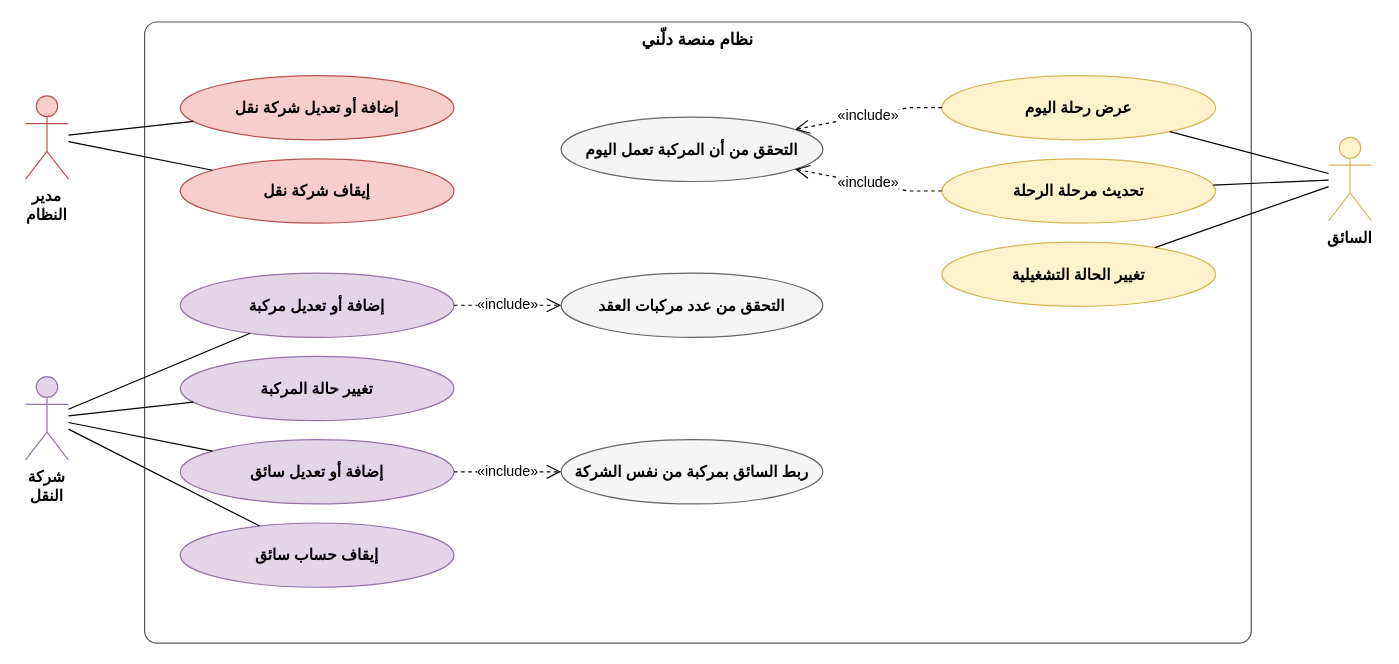
Before: مخططات_التحليل_drawio/uc08_transport.drawio in masara-prog/Delni-project, a draw.io diagram. Source tidied: cells renumbered, new cells numbered last; positions are measured from the earlier drawing's top-left corner, leaving out a move shared by most shapes. Both pictures are drawn from the tidied source at 119%, with x=0, y=0 at pixel (25, 21).
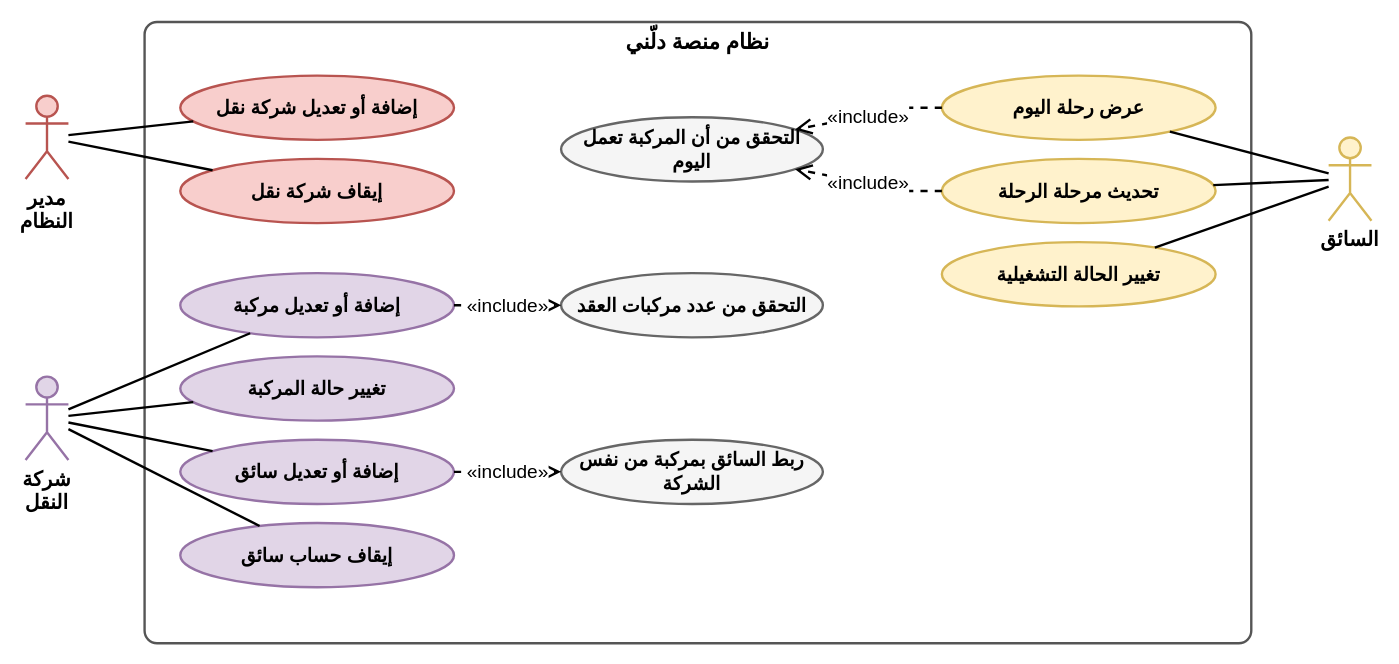
Above is the later version.

The edit, as a diff of the source:
```diff
@@
-    <mxCell id="2" value="إضافة أو تعديل شركة نقل" style="ellipse;html=1;whiteSpace=wrap;fontFamily=Arial;fontSize=13;fontStyle=1;fillColor=#f8cecc;strokeColor=#b85450;" parent="1" vertex="1">
+    <mxCell id="2" value="إضافة أو تعديل شركة نقل" style="ellipse;html=1;whiteSpace=wrap;fontFamily=Arial;fontSize=16;fontStyle=1;fillColor=#f8cecc;strokeColor=#b85450;strokeWidth=2;" parent="1" vertex="1">
       <mxGeometry x="130" y="45" width="230" height="54" as="geometry" />
     </mxCell>
-    <mxCell id="3" value="إيقاف شركة نقل" style="ellipse;html=1;whiteSpace=wrap;fontFamily=Arial;fontSize=13;fontStyle=1;fillColor=#f8cecc;strokeColor=#b85450;" parent="1" vertex="1">
+    <mxCell id="3" value="إيقاف شركة نقل" style="ellipse;html=1;whiteSpace=wrap;fontFamily=Arial;fontSize=16;fontStyle=1;fillColor=#f8cecc;strokeColor=#b85450;strokeWidth=2;" parent="1" vertex="1">
       <mxGeometry x="130" y="115" width="230" height="54" as="geometry" />
     </mxCell>
-    <mxCell id="4" value="مدير النظام" style="shape=umlActor;verticalLabelPosition=bottom;verticalAlign=top;html=1;whiteSpace=wrap;fontFamily=Arial;fontSize=13;fontStyle=1;fillColor=#f8cecc;strokeColor=#b85450;" parent="1" vertex="1">
+    <mxCell id="4" value="مدير النظام" style="shape=umlActor;verticalLabelPosition=bottom;verticalAlign=top;html=1;whiteSpace=wrap;fontFamily=Arial;fontSize=17;fontStyle=1;fillColor=#f8cecc;strokeColor=#b85450;strokeWidth=2;" parent="1" vertex="1">
       <mxGeometry y="62" width="36" height="70" as="geometry" />
     </mxCell>
-    <mxCell id="5" value="إضافة أو تعديل مركبة" style="ellipse;html=1;whiteSpace=wrap;fontFamily=Arial;fontSize=13;fontStyle=1;fillColor=#e1d5e7;strokeColor=#9673a6;" parent="1" vertex="1">
+    <mxCell id="5" value="إضافة أو تعديل مركبة" style="ellipse;html=1;whiteSpace=wrap;fontFamily=Arial;fontSize=16;fontStyle=1;fillColor=#e1d5e7;strokeColor=#9673a6;strokeWidth=2;" parent="1" vertex="1">
       <mxGeometry x="130" y="211" width="230" height="54" as="geometry" />
     </mxCell>
-    <mxCell id="6" value="تغيير حالة المركبة" style="ellipse;html=1;whiteSpace=wrap;fontFamily=Arial;fontSize=13;fontStyle=1;fillColor=#e1d5e7;strokeColor=#9673a6;" parent="1" vertex="1">
+    <mxCell id="6" value="تغيير حالة المركبة" style="ellipse;html=1;whiteSpace=wrap;fontFamily=Arial;fontSize=16;fontStyle=1;fillColor=#e1d5e7;strokeColor=#9673a6;strokeWidth=2;" parent="1" vertex="1">
       <mxGeometry x="130" y="281" width="230" height="54" as="geometry" />
     </mxCell>
-    <mxCell id="7" value="إضافة أو تعديل سائق" style="ellipse;html=1;whiteSpace=wrap;fontFamily=Arial;fontSize=13;fontStyle=1;fillColor=#e1d5e7;strokeColor=#9673a6;" parent="1" vertex="1">
+    <mxCell id="7" value="إضافة أو تعديل سائق" style="ellipse;html=1;whiteSpace=wrap;fontFamily=Arial;fontSize=16;fontStyle=1;fillColor=#e1d5e7;strokeColor=#9673a6;strokeWidth=2;" parent="1" vertex="1">
       <mxGeometry x="130" y="351" width="230" height="54" as="geometry" />
     </mxCell>
-    <mxCell id="8" value="إيقاف حساب سائق" style="ellipse;html=1;whiteSpace=wrap;fontFamily=Arial;fontSize=13;fontStyle=1;fillColor=#e1d5e7;strokeColor=#9673a6;" parent="1" vertex="1">
+    <mxCell id="8" value="إيقاف حساب سائق" style="ellipse;html=1;whiteSpace=wrap;fontFamily=Arial;fontSize=16;fontStyle=1;fillColor=#e1d5e7;strokeColor=#9673a6;strokeWidth=2;" parent="1" vertex="1">
       <mxGeometry x="130" y="421" width="230" height="54" as="geometry" />
     </mxCell>
-    <mxCell id="9" value="شركة النقل" style="shape=umlActor;verticalLabelPosition=bottom;verticalAlign=top;html=1;whiteSpace=wrap;fontFamily=Arial;fontSize=13;fontStyle=1;fillColor=#e1d5e7;strokeColor=#9673a6;" parent="1" vertex="1">
+    <mxCell id="9" value="شركة النقل" style="shape=umlActor;verticalLabelPosition=bottom;verticalAlign=top;html=1;whiteSpace=wrap;fontFamily=Arial;fontSize=17;fontStyle=1;fillColor=#e1d5e7;strokeColor=#9673a6;strokeWidth=2;" parent="1" vertex="1">
       <mxGeometry y="298" width="36" height="70" as="geometry" />
     </mxCell>
-    <mxCell id="10" value="عرض رحلة اليوم" style="ellipse;html=1;whiteSpace=wrap;fontFamily=Arial;fontSize=13;fontStyle=1;fillColor=#fff2cc;strokeColor=#d6b656;" parent="1" vertex="1">
+    <mxCell id="10" value="عرض رحلة اليوم" style="ellipse;html=1;whiteSpace=wrap;fontFamily=Arial;fontSize=16;fontStyle=1;fillColor=#fff2cc;strokeColor=#d6b656;strokeWidth=2;" parent="1" vertex="1">
       <mxGeometry x="770" y="45" width="230" height="54" as="geometry" />
     </mxCell>
-    <mxCell id="11" value="تحديث مرحلة الرحلة" style="ellipse;html=1;whiteSpace=wrap;fontFamily=Arial;fontSize=13;fontStyle=1;fillColor=#fff2cc;strokeColor=#d6b656;" parent="1" vertex="1">
+    <mxCell id="11" value="تحديث مرحلة الرحلة" style="ellipse;html=1;whiteSpace=wrap;fontFamily=Arial;fontSize=16;fontStyle=1;fillColor=#fff2cc;strokeColor=#d6b656;strokeWidth=2;" parent="1" vertex="1">
       <mxGeometry x="770" y="115" width="230" height="54" as="geometry" />
     </mxCell>
-    <mxCell id="12" value="تغيير الحالة التشغيلية" style="ellipse;html=1;whiteSpace=wrap;fontFamily=Arial;fontSize=13;fontStyle=1;fillColor=#fff2cc;strokeColor=#d6b656;" parent="1" vertex="1">
+    <mxCell id="12" value="تغيير الحالة التشغيلية" style="ellipse;html=1;whiteSpace=wrap;fontFamily=Arial;fontSize=16;fontStyle=1;fillColor=#fff2cc;strokeColor=#d6b656;strokeWidth=2;" parent="1" vertex="1">
       <mxGeometry x="770" y="185" width="230" height="54" as="geometry" />
     </mxCell>
-    <mxCell id="13" value="السائق" style="shape=umlActor;verticalLabelPosition=bottom;verticalAlign=top;html=1;whiteSpace=wrap;fontFamily=Arial;fontSize=13;fontStyle=1;fillColor=#fff2cc;strokeColor=#d6b656;" parent="1" vertex="1">
+    <mxCell id="13" value="السائق" style="shape=umlActor;verticalLabelPosition=bottom;verticalAlign=top;html=1;whiteSpace=wrap;fontFamily=Arial;fontSize=17;fontStyle=1;fillColor=#fff2cc;strokeColor=#d6b656;strokeWidth=2;" parent="1" vertex="1">
       <mxGeometry x="1095" y="97" width="36" height="70" as="geometry" />
     </mxCell>
-    <mxCell id="14" value="التحقق من أن المركبة تعمل اليوم" style="ellipse;html=1;whiteSpace=wrap;fontFamily=Arial;fontSize=13;fontStyle=1;fillColor=#f5f5f5;strokeColor=#666666;" parent="1" vertex="1">
+    <mxCell id="14" value="التحقق من أن المركبة تعمل اليوم" style="ellipse;html=1;whiteSpace=wrap;fontFamily=Arial;fontSize=16;fontStyle=1;fillColor=#f5f5f5;strokeColor=#666666;strokeWidth=2;" parent="1" vertex="1">
       <mxGeometry x="450" y="80" width="220" height="54" as="geometry" />
     </mxCell>
-    <mxCell id="15" value="التحقق من عدد مركبات العقد" style="ellipse;html=1;whiteSpace=wrap;fontFamily=Arial;fontSize=13;fontStyle=1;fillColor=#f5f5f5;strokeColor=#666666;" parent="1" vertex="1">
+    <mxCell id="15" value="التحقق من عدد مركبات العقد" style="ellipse;html=1;whiteSpace=wrap;fontFamily=Arial;fontSize=16;fontStyle=1;fillColor=#f5f5f5;strokeColor=#666666;strokeWidth=2;" parent="1" vertex="1">
       <mxGeometry x="450" y="211" width="220" height="54" as="geometry" />
     </mxCell>
-    <mxCell id="16" value="ربط السائق بمركبة من نفس الشركة" style="ellipse;html=1;whiteSpace=wrap;fontFamily=Arial;fontSize=13;fontStyle=1;fillColor=#f5f5f5;strokeColor=#666666;" parent="1" vertex="1">
+    <mxCell id="16" value="ربط السائق بمركبة من نفس الشركة" style="ellipse;html=1;whiteSpace=wrap;fontFamily=Arial;fontSize=16;fontStyle=1;fillColor=#f5f5f5;strokeColor=#666666;strokeWidth=2;" parent="1" vertex="1">
       <mxGeometry x="450" y="351" width="220" height="54" as="geometry" />
     </mxCell>
-    <mxCell id="17" value="نظام منصة دلّني" style="rounded=1;arcSize=2;verticalAlign=top;fillColor=none;html=1;whiteSpace=wrap;fontFamily=Arial;fontSize=14;fontStyle=1;strokeColor=#555555;" parent="1" vertex="1">
+    <mxCell id="17" value="نظام منصة دلّني" style="rounded=1;arcSize=2;verticalAlign=top;fillColor=none;html=1;whiteSpace=wrap;fontFamily=Arial;fontSize=18;fontStyle=1;strokeColor=#555555;strokeWidth=2;" parent="1" vertex="1">
       <mxGeometry x="100" width="930" height="522" as="geometry" />
     </mxCell>
-    <mxCell id="18" style="endArrow=none;html=1;rounded=0;fontFamily=Arial;fontSize=12;labelBackgroundColor=#ffffff;" parent="1" edge="1" source="4" target="2">
+    <mxCell id="18" style="endArrow=none;html=1;rounded=0;fontFamily=Arial;fontSize=16;labelBackgroundColor=#ffffff;strokeWidth=2;" parent="1" edge="1" source="4" target="2">
       <mxGeometry relative="1" as="geometry" />
     </mxCell>
-    <mxCell id="19" style="endArrow=none;html=1;rounded=0;fontFamily=Arial;fontSize=12;labelBackgroundColor=#ffffff;" parent="1" edge="1" source="4" target="3">
+    <mxCell id="19" style="endArrow=none;html=1;rounded=0;fontFamily=Arial;fontSize=16;labelBackgroundColor=#ffffff;strokeWidth=2;" parent="1" edge="1" source="4" target="3">
       <mxGeometry relative="1" as="geometry" />
     </mxCell>
-    <mxCell id="20" style="endArrow=none;html=1;rounded=0;fontFamily=Arial;fontSize=12;labelBackgroundColor=#ffffff;" parent="1" edge="1" source="9" target="5">
+    <mxCell id="20" style="endArrow=none;html=1;rounded=0;fontFamily=Arial;fontSize=16;labelBackgroundColor=#ffffff;strokeWidth=2;" parent="1" edge="1" source="9" target="5">
       <mxGeometry relative="1" as="geometry" />
     </mxCell>
-    <mxCell id="21" style="endArrow=none;html=1;rounded=0;fontFamily=Arial;fontSize=12;labelBackgroundColor=#ffffff;" parent="1" edge="1" source="9" target="6">
+    <mxCell id="21" style="endArrow=none;html=1;rounded=0;fontFamily=Arial;fontSize=16;labelBackgroundColor=#ffffff;strokeWidth=2;" parent="1" edge="1" source="9" target="6">
       <mxGeometry relative="1" as="geometry" />
     </mxCell>
-    <mxCell id="22" style="endArrow=none;html=1;rounded=0;fontFamily=Arial;fontSize=12;labelBackgroundColor=#ffffff;" parent="1" edge="1" source="9" target="7">
+    <mxCell id="22" style="endArrow=none;html=1;rounded=0;fontFamily=Arial;fontSize=16;labelBackgroundColor=#ffffff;strokeWidth=2;" parent="1" edge="1" source="9" target="7">
       <mxGeometry relative="1" as="geometry" />
     </mxCell>
-    <mxCell id="23" style="endArrow=none;html=1;rounded=0;fontFamily=Arial;fontSize=12;labelBackgroundColor=#ffffff;" parent="1" edge="1" source="9" target="8">
+    <mxCell id="23" style="endArrow=none;html=1;rounded=0;fontFamily=Arial;fontSize=16;labelBackgroundColor=#ffffff;strokeWidth=2;" parent="1" edge="1" source="9" target="8">
       <mxGeometry relative="1" as="geometry" />
     </mxCell>
-    <mxCell id="24" style="endArrow=none;html=1;rounded=0;fontFamily=Arial;fontSize=12;labelBackgroundColor=#ffffff;" parent="1" edge="1" source="13" target="10">
+    <mxCell id="24" style="endArrow=none;html=1;rounded=0;fontFamily=Arial;fontSize=16;labelBackgroundColor=#ffffff;strokeWidth=2;" parent="1" edge="1" source="13" target="10">
       <mxGeometry relative="1" as="geometry" />
     </mxCell>
-    <mxCell id="25" style="endArrow=none;html=1;rounded=0;fontFamily=Arial;fontSize=12;labelBackgroundColor=#ffffff;" parent="1" edge="1" source="13" target="11">
+    <mxCell id="25" style="endArrow=none;html=1;rounded=0;fontFamily=Arial;fontSize=16;labelBackgroundColor=#ffffff;strokeWidth=2;" parent="1" edge="1" source="13" target="11">
       <mxGeometry relative="1" as="geometry" />
     </mxCell>
-    <mxCell id="26" style="endArrow=none;html=1;rounded=0;fontFamily=Arial;fontSize=12;labelBackgroundColor=#ffffff;" parent="1" edge="1" source="13" target="12">
+    <mxCell id="26" style="endArrow=none;html=1;rounded=0;fontFamily=Arial;fontSize=16;labelBackgroundColor=#ffffff;strokeWidth=2;" parent="1" edge="1" source="13" target="12">
       <mxGeometry relative="1" as="geometry" />
     </mxCell>
-    <mxCell id="27" value="«include»" style="dashed=1;endArrow=open;endSize=10;html=1;rounded=0;fontFamily=Arial;fontSize=12;labelBackgroundColor=#ffffff;" parent="1" edge="1" source="7" target="16">
+    <mxCell id="27" value="«include»" style="dashed=1;endArrow=open;endSize=10;html=1;rounded=0;fontFamily=Arial;fontSize=16;labelBackgroundColor=#ffffff;strokeWidth=2;" parent="1" edge="1" source="7" target="16">
       <mxGeometry relative="1" as="geometry">
         <Array as="points">
           <mxPoint x="388" y="378" />
         </Array>
       </mxGeometry>
     </mxCell>
-    <mxCell id="28" value="«include»" style="dashed=1;endArrow=open;endSize=10;html=1;rounded=0;fontFamily=Arial;fontSize=12;labelBackgroundColor=#ffffff;" parent="1" edge="1" source="5" target="15">
+    <mxCell id="28" value="«include»" style="dashed=1;endArrow=open;endSize=10;html=1;rounded=0;fontFamily=Arial;fontSize=16;labelBackgroundColor=#ffffff;strokeWidth=2;" parent="1" edge="1" source="5" target="15">
       <mxGeometry relative="1" as="geometry">
         <Array as="points">
           <mxPoint x="388" y="238" />
         </Array>
       </mxGeometry>
     </mxCell>
-    <mxCell id="29" value="«include»" style="dashed=1;endArrow=open;endSize=10;html=1;rounded=0;fontFamily=Arial;fontSize=12;labelBackgroundColor=#ffffff;" parent="1" edge="1" source="11" target="14">
+    <mxCell id="29" value="«include»" style="dashed=1;endArrow=open;endSize=10;html=1;rounded=0;fontFamily=Arial;fontSize=16;labelBackgroundColor=#ffffff;strokeWidth=2;" parent="1" edge="1" source="11" target="14">
       <mxGeometry relative="1" as="geometry">
         <Array as="points">
           <mxPoint x="742" y="142" />
         </Array>
       </mxGeometry>
     </mxCell>
-    <mxCell id="30" value="«include»" style="dashed=1;endArrow=open;endSize=10;html=1;rounded=0;fontFamily=Arial;fontSize=12;labelBackgroundColor=#ffffff;" parent="1" edge="1" source="10" target="14">
+    <mxCell id="30" value="«include»" style="dashed=1;endArrow=open;endSize=10;html=1;rounded=0;fontFamily=Arial;fontSize=16;labelBackgroundColor=#ffffff;strokeWidth=2;" parent="1" edge="1" source="10" target="14">
       <mxGeometry relative="1" as="geometry">
         <Array as="points">
           <mxPoint x="742" y="72" />
         </Array>
       </mxGeometry>
     </mxCell>
```
